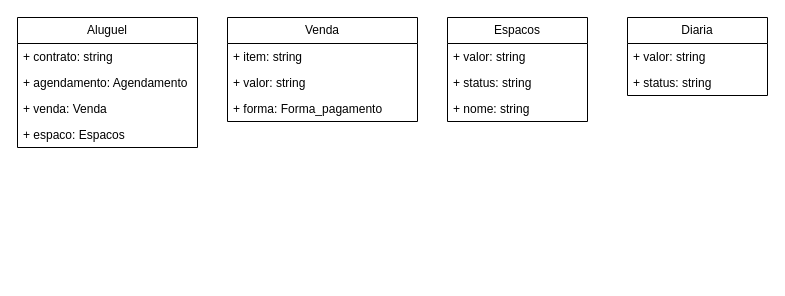
Earlier version of the draw.io diagram page "Lago" (3 of 4) of Diagrama sem nome.drawio (FSOFTSistemas/Lago). Source tidied: cells renumbered, new cells numbered last; positions are measured from the earlier drawing's top-left corner, leaving out a move shared by most shapes. Both pictures are drawn from the tidied source at 100%, with x=0, y=0 at pixel (17, 17).
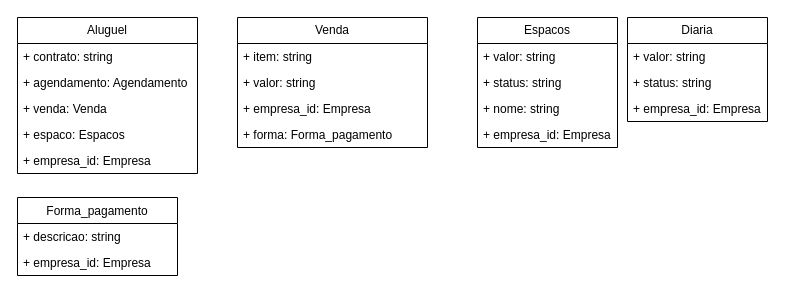
The same diagram, later.

Change to the diagram source:
```diff
@@
     <mxCell id="2" value="Aluguel" style="swimlane;fontStyle=0;horizontal=1;startSize=26;fillColor=none;whiteSpace=wrap;html=1;" parent="1" vertex="1">
-      <mxGeometry width="180" height="130" as="geometry" />
+      <mxGeometry width="180" height="156" as="geometry" />
     </mxCell>
@@
+    <mxCell id="18" value="+ espaco: Espacos" style="text;strokeColor=none;fillColor=none;align=left;verticalAlign=top;spacingLeft=4;spacingRight=4;overflow=hidden;whiteSpace=wrap;html=1;" parent="2" vertex="1">
+      <mxGeometry y="104" width="180" height="26" as="geometry" />
+    </mxCell>
-    <mxCell id="6" value="+ espaco: Espacos" style="text;strokeColor=none;fillColor=none;align=left;verticalAlign=top;spacingLeft=4;spacingRight=4;overflow=hidden;whiteSpace=wrap;html=1;" parent="2" vertex="1">
-      <mxGeometry y="104" width="180" height="26" as="geometry" />
+    <mxCell id="6" value="+ empresa_id: Empresa" style="text;strokeColor=none;fillColor=none;align=left;verticalAlign=top;spacingLeft=4;spacingRight=4;overflow=hidden;whiteSpace=wrap;html=1;" parent="2" vertex="1">
+      <mxGeometry y="130" width="180" height="26" as="geometry" />
     </mxCell>
     <mxCell id="7" value="Venda" style="swimlane;fontStyle=0;horizontal=1;startSize=26;fillColor=none;whiteSpace=wrap;html=1;" parent="1" vertex="1">
-      <mxGeometry x="210" width="190" height="104" as="geometry" />
+      <mxGeometry x="220" width="190" height="130" as="geometry" />
     </mxCell>
@@
+    <mxCell id="19" value="+ empresa_id: Empresa" style="text;strokeColor=none;fillColor=none;align=left;verticalAlign=top;spacingLeft=4;spacingRight=4;overflow=hidden;whiteSpace=wrap;html=1;" parent="7" vertex="1">
+      <mxGeometry y="78" width="190" height="26" as="geometry" />
+    </mxCell>
     <mxCell id="10" value="+ forma: Forma_pagamento" style="text;strokeColor=none;fillColor=none;align=left;verticalAlign=top;spacingLeft=4;spacingRight=4;overflow=hidden;whiteSpace=wrap;html=1;" parent="7" vertex="1">
-      <mxGeometry y="78" width="190" height="26" as="geometry" />
+      <mxGeometry y="104" width="190" height="26" as="geometry" />
     </mxCell>
     <mxCell id="11" value="Espacos" style="swimlane;fontStyle=0;horizontal=1;startSize=26;fillColor=none;whiteSpace=wrap;html=1;" parent="1" vertex="1">
-      <mxGeometry x="430" width="140" height="104" as="geometry" />
+      <mxGeometry x="460" width="140" height="130" as="geometry" />
     </mxCell>
@@
+    <mxCell id="20" value="+ nome: string" style="text;strokeColor=none;fillColor=none;align=left;verticalAlign=top;spacingLeft=4;spacingRight=4;overflow=hidden;whiteSpace=wrap;html=1;" parent="11" vertex="1">
+      <mxGeometry y="78" width="140" height="26" as="geometry" />
+    </mxCell>
-    <mxCell id="14" value="+ nome: string" style="text;strokeColor=none;fillColor=none;align=left;verticalAlign=top;spacingLeft=4;spacingRight=4;overflow=hidden;whiteSpace=wrap;html=1;" parent="11" vertex="1">
-      <mxGeometry y="78" width="140" height="26" as="geometry" />
+    <mxCell id="14" value="+ empresa_id: Empresa" style="text;strokeColor=none;fillColor=none;align=left;verticalAlign=top;spacingLeft=4;spacingRight=4;overflow=hidden;whiteSpace=wrap;html=1;" parent="11" vertex="1">
+      <mxGeometry y="104" width="140" height="26" as="geometry" />
     </mxCell>
     <mxCell id="15" value="Diaria" style="swimlane;fontStyle=0;horizontal=1;startSize=26;fillColor=none;whiteSpace=wrap;html=1;" parent="1" vertex="1">
-      <mxGeometry x="610" width="140" height="78" as="geometry" />
+      <mxGeometry x="610" width="140" height="104" as="geometry" />
     </mxCell>
@@
+    <mxCell id="21" value="+ empresa_id: Empresa" style="text;strokeColor=none;fillColor=none;align=left;verticalAlign=top;spacingLeft=4;spacingRight=4;overflow=hidden;whiteSpace=wrap;html=1;" parent="15" vertex="1">
+      <mxGeometry y="78" width="140" height="26" as="geometry" />
+    </mxCell>
+    <mxCell id="22" value="&lt;span style=&quot;font-weight: normal;&quot;&gt;Forma_pagamento&lt;/span&gt;" style="swimlane;fontStyle=1;align=center;verticalAlign=top;horizontal=1;startSize=26;whiteSpace=wrap;html=1;" parent="1" vertex="1">
+      <mxGeometry y="180" width="160" height="78" as="geometry" />
+    </mxCell>
+    <mxCell id="23" value="+ descricao: string" style="text;strokeColor=none;fillColor=none;align=left;verticalAlign=top;spacingLeft=4;spacingRight=4;overflow=hidden;whiteSpace=wrap;html=1;" parent="22" vertex="1">
+      <mxGeometry y="26" width="160" height="26" as="geometry" />
+    </mxCell>
+    <mxCell id="24" value="+ empresa_id: Empresa" style="text;strokeColor=none;fillColor=none;align=left;verticalAlign=top;spacingLeft=4;spacingRight=4;overflow=hidden;whiteSpace=wrap;html=1;" parent="22" vertex="1">
+      <mxGeometry y="52" width="160" height="26" as="geometry" />
+    </mxCell>
```
